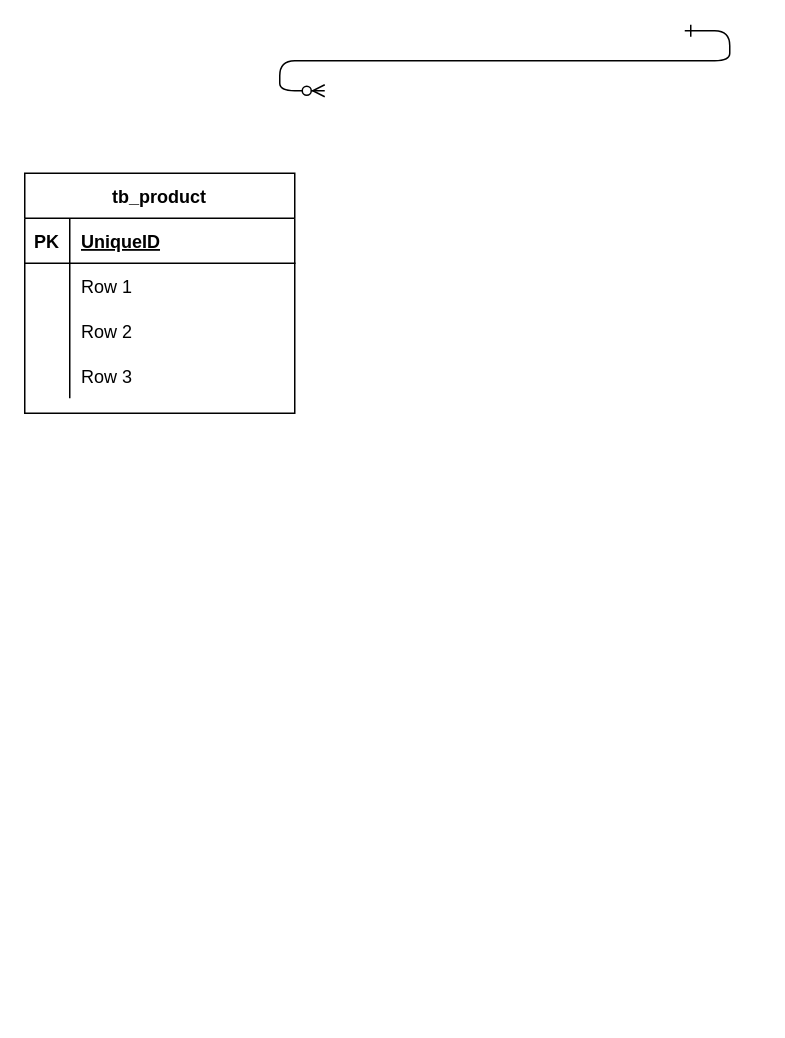
Before: Untitled Diagram.drawio in iotrobot/socket, a draw.io diagram. Source tidied: cells renumbered, new cells numbered last; positions are measured from the earlier drawing's top-left corner, leaving out a move shared by most shapes. Both pictures are drawn from the tidied source at 150%, with x=0, y=0 at pixel (24, 30).
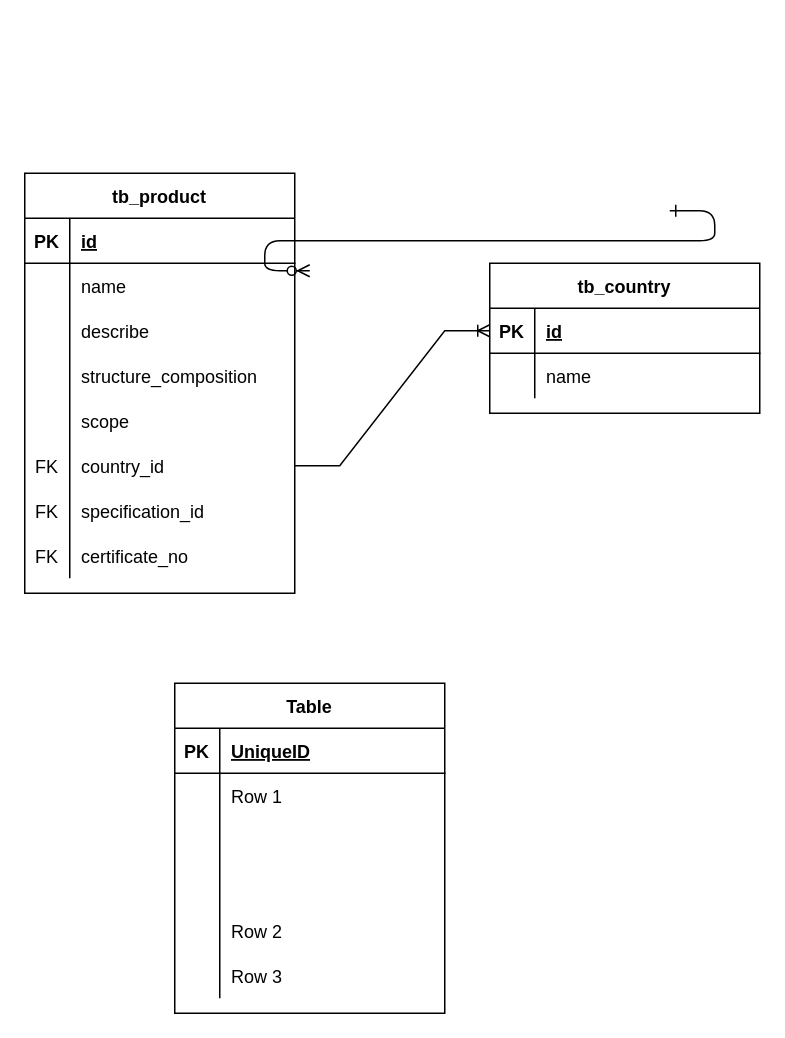
Above is the later version.

The change refers to these unchanged cells:
```xml
<mxCell id="4" style="shape=tableRow;horizontal=0;startSize=0;swimlaneHead=0;swimlaneBody=0;fillColor=none;top=0;left=0;right=0;bottom=1;" parent="3" vertex="1">
  <mxGeometry y="30" width="180" height="30" as="geometry" />
</mxCell>
<mxCell id="7" style="shape=tableRow;horizontal=0;startSize=0;swimlaneHead=0;swimlaneBody=0;fillColor=none;top=0;left=0;right=0;bottom=0;" parent="3" vertex="1">
  <mxGeometry y="60" width="180" height="30" as="geometry" />
</mxCell>
<mxCell id="10" style="shape=tableRow;horizontal=0;startSize=0;swimlaneHead=0;swimlaneBody=0;fillColor=none;top=0;left=0;right=0;bottom=0;" parent="3" vertex="1">
  <mxGeometry y="90" width="180" height="30" as="geometry" />
</mxCell>
<mxCell id="13" style="shape=tableRow;horizontal=0;startSize=0;swimlaneHead=0;swimlaneBody=0;fillColor=none;top=0;left=0;right=0;bottom=0;" parent="3" vertex="1">
  <mxGeometry y="120" width="180" height="30" as="geometry" />
</mxCell>
```

Change to the diagram source:
```diff
@@
     <mxCell id="2" style="edgeStyle=entityRelationEdgeStyle;endArrow=ERzeroToMany;startArrow=ERone;endFill=1;startFill=0;" parent="1" edge="1">
       <mxGeometry relative="1" as="geometry">
-        <mxPoint x="440" as="sourcePoint" />
-        <mxPoint x="200" y="40" as="targetPoint" />
+        <mxPoint x="430" y="120" as="sourcePoint" />
+        <mxPoint x="190" y="160" as="targetPoint" />
       </mxGeometry>
     </mxCell>
     <mxCell id="3" value="tb_product" style="shape=table;startSize=30;childLayout=tableLayout;rowLines=0;fontStyle=1;align=center;" parent="1" vertex="1">
-      <mxGeometry y="95" width="180" height="160" as="geometry" />
+      <mxGeometry y="95" width="180" height="280" as="geometry" />
     </mxCell>
@@
-    <mxCell id="6" value="UniqueID" style="shape=partialRectangle;fillColor=none;top=0;left=0;bottom=0;right=0;align=left;spacingLeft=6;fontStyle=5;overflow=hidden;" parent="4" vertex="1">
+    <mxCell id="6" value="id" style="shape=partialRectangle;fillColor=none;top=0;left=0;bottom=0;right=0;align=left;spacingLeft=6;fontStyle=5;overflow=hidden;" parent="4" vertex="1">
       <mxGeometry x="30" width="150" height="30" as="geometry" />
     </mxCell>
@@
-    <mxCell id="9" value="Row 1" style="shape=partialRectangle;fillColor=none;top=0;left=0;bottom=0;right=0;align=left;spacingLeft=6;overflow=hidden;" parent="7" vertex="1">
+    <mxCell id="9" value="name" style="shape=partialRectangle;fillColor=none;top=0;left=0;bottom=0;right=0;align=left;spacingLeft=6;overflow=hidden;" parent="7" vertex="1">
       <mxGeometry x="30" width="150" height="30" as="geometry" />
     </mxCell>
@@
-    <mxCell id="12" value="Row 2" style="shape=partialRectangle;fillColor=none;top=0;left=0;bottom=0;right=0;align=left;spacingLeft=6;overflow=hidden;" parent="10" vertex="1">
+    <mxCell id="12" value="describe" style="shape=partialRectangle;fillColor=none;top=0;left=0;bottom=0;right=0;align=left;spacingLeft=6;overflow=hidden;" parent="10" vertex="1">
       <mxGeometry x="30" width="150" height="30" as="geometry" />
     </mxCell>
@@
-    <mxCell id="15" value="Row 3" style="shape=partialRectangle;fillColor=none;top=0;left=0;bottom=0;right=0;align=left;spacingLeft=6;overflow=hidden;" parent="13" vertex="1">
+    <mxCell id="15" value="structure_composition" style="shape=partialRectangle;fillColor=none;top=0;left=0;bottom=0;right=0;align=left;spacingLeft=6;overflow=hidden;" parent="13" vertex="1">
       <mxGeometry x="30" width="150" height="30" as="geometry" />
     </mxCell>
+    <mxCell id="16" style="shape=tableRow;horizontal=0;startSize=0;swimlaneHead=0;swimlaneBody=0;fillColor=none;top=0;left=0;right=0;bottom=0;" parent="3" vertex="1">
+      <mxGeometry y="150" width="180" height="30" as="geometry" />
+    </mxCell>
+    <mxCell id="17" style="shape=partialRectangle;fillColor=none;top=0;left=0;bottom=0;right=0;overflow=hidden;" parent="16" vertex="1">
+      <mxGeometry width="30" height="30" as="geometry" />
+    </mxCell>
+    <mxCell id="18" value="scope" style="shape=partialRectangle;fillColor=none;top=0;left=0;bottom=0;right=0;align=left;spacingLeft=6;overflow=hidden;" parent="16" vertex="1">
+      <mxGeometry x="30" width="150" height="30" as="geometry" />
+    </mxCell>
+    <mxCell id="19" style="shape=tableRow;horizontal=0;startSize=0;swimlaneHead=0;swimlaneBody=0;fillColor=none;points=[[0,0.5],[1,0.5]];portConstraint=eastwest;top=0;left=0;right=0;bottom=0;" parent="3" vertex="1">
+      <mxGeometry y="180" width="180" height="30" as="geometry" />
+    </mxCell>
+    <mxCell id="20" value="FK" style="shape=partialRectangle;fillColor=none;top=0;left=0;bottom=0;right=0;fontStyle=0;overflow=hidden;" parent="19" vertex="1">
+      <mxGeometry width="30" height="30" as="geometry" />
+    </mxCell>
+    <mxCell id="21" value="country_id" style="shape=partialRectangle;fillColor=none;top=0;left=0;bottom=0;right=0;align=left;spacingLeft=6;fontStyle=0;overflow=hidden;" parent="19" vertex="1">
+      <mxGeometry x="30" width="150" height="30" as="geometry" />
+    </mxCell>
+    <mxCell id="22" style="shape=tableRow;horizontal=0;startSize=0;swimlaneHead=0;swimlaneBody=0;fillColor=none;top=0;left=0;right=0;bottom=0;" parent="3" vertex="1">
+      <mxGeometry y="210" width="180" height="30" as="geometry" />
+    </mxCell>
+    <mxCell id="23" value="FK" style="shape=partialRectangle;fillColor=none;top=0;left=0;bottom=0;right=0;fontStyle=0;overflow=hidden;" parent="22" vertex="1">
+      <mxGeometry width="30" height="30" as="geometry" />
+    </mxCell>
+    <mxCell id="24" value="specification_id" style="shape=partialRectangle;fillColor=none;top=0;left=0;bottom=0;right=0;align=left;spacingLeft=6;fontStyle=0;overflow=hidden;" parent="22" vertex="1">
+      <mxGeometry x="30" width="150" height="30" as="geometry" />
+    </mxCell>
+    <mxCell id="25" style="shape=tableRow;horizontal=0;startSize=0;swimlaneHead=0;swimlaneBody=0;fillColor=none;top=0;left=0;right=0;bottom=0;" parent="3" vertex="1">
+      <mxGeometry y="240" width="180" height="30" as="geometry" />
+    </mxCell>
+    <mxCell id="26" value="FK" style="shape=partialRectangle;fillColor=none;top=0;left=0;bottom=0;right=0;fontStyle=0;overflow=hidden;" parent="25" vertex="1">
+      <mxGeometry width="30" height="30" as="geometry" />
+    </mxCell>
+    <mxCell id="27" value="certificate_no" style="shape=partialRectangle;fillColor=none;top=0;left=0;bottom=0;right=0;align=left;spacingLeft=6;fontStyle=0;overflow=hidden;" parent="25" vertex="1">
+      <mxGeometry x="30" width="150" height="30" as="geometry" />
+    </mxCell>
+    <mxCell id="28" value="tb_country" style="shape=table;startSize=30;childLayout=tableLayout;rowLines=0;fontStyle=1;align=center;" parent="1" vertex="1">
+      <mxGeometry x="310" y="155" width="180" height="100" as="geometry" />
+    </mxCell>
+    <mxCell id="29" style="shape=tableRow;horizontal=0;startSize=0;swimlaneHead=0;swimlaneBody=0;fillColor=none;points=[[0,0.5],[1,0.5]];portConstraint=eastwest;top=0;left=0;right=0;bottom=1;" parent="28" vertex="1">
+      <mxGeometry y="30" width="180" height="30" as="geometry" />
+    </mxCell>
+    <mxCell id="30" value="PK" style="shape=partialRectangle;fillColor=none;top=0;left=0;bottom=0;right=0;fontStyle=1;overflow=hidden;" parent="29" vertex="1">
+      <mxGeometry width="30" height="30" as="geometry" />
+    </mxCell>
+    <mxCell id="31" value="id" style="shape=partialRectangle;fillColor=none;top=0;left=0;bottom=0;right=0;align=left;spacingLeft=6;fontStyle=5;overflow=hidden;" parent="29" vertex="1">
+      <mxGeometry x="30" width="150" height="30" as="geometry" />
+    </mxCell>
+    <mxCell id="32" style="shape=tableRow;horizontal=0;startSize=0;swimlaneHead=0;swimlaneBody=0;fillColor=none;top=0;left=0;right=0;bottom=0;" parent="28" vertex="1">
+      <mxGeometry y="60" width="180" height="30" as="geometry" />
+    </mxCell>
+    <mxCell id="33" style="shape=partialRectangle;fillColor=none;top=0;left=0;bottom=0;right=0;overflow=hidden;" parent="32" vertex="1">
+      <mxGeometry width="30" height="30" as="geometry" />
+    </mxCell>
+    <mxCell id="34" value="name" style="shape=partialRectangle;fillColor=none;top=0;left=0;bottom=0;right=0;align=left;spacingLeft=6;overflow=hidden;" parent="32" vertex="1">
+      <mxGeometry x="30" width="150" height="30" as="geometry" />
+    </mxCell>
+    <mxCell id="35" value="Table" style="shape=table;startSize=30;childLayout=tableLayout;rowLines=0;fontStyle=1;align=center;" parent="1" vertex="1">
+      <mxGeometry x="100" y="435" width="180" height="220" as="geometry" />
+    </mxCell>
+    <mxCell id="36" style="shape=tableRow;horizontal=0;startSize=0;swimlaneHead=0;swimlaneBody=0;fillColor=none;top=0;left=0;right=0;bottom=1;" parent="35" vertex="1">
+      <mxGeometry y="30" width="180" height="30" as="geometry" />
+    </mxCell>
+    <mxCell id="37" value="PK" style="shape=partialRectangle;fillColor=none;top=0;left=0;bottom=0;right=0;fontStyle=1;overflow=hidden;" parent="36" vertex="1">
+      <mxGeometry width="30" height="30" as="geometry" />
+    </mxCell>
+    <mxCell id="38" value="UniqueID" style="shape=partialRectangle;fillColor=none;top=0;left=0;bottom=0;right=0;align=left;spacingLeft=6;fontStyle=5;overflow=hidden;" parent="36" vertex="1">
+      <mxGeometry x="30" width="150" height="30" as="geometry" />
+    </mxCell>
+    <mxCell id="39" style="shape=tableRow;horizontal=0;startSize=0;swimlaneHead=0;swimlaneBody=0;fillColor=none;top=0;left=0;right=0;bottom=0;" parent="35" vertex="1">
+      <mxGeometry y="60" width="180" height="30" as="geometry" />
+    </mxCell>
+    <mxCell id="40" style="shape=partialRectangle;fillColor=none;top=0;left=0;bottom=0;right=0;overflow=hidden;" parent="39" vertex="1">
+      <mxGeometry width="30" height="30" as="geometry" />
+    </mxCell>
+    <mxCell id="41" value="Row 1" style="shape=partialRectangle;fillColor=none;top=0;left=0;bottom=0;right=0;align=left;spacingLeft=6;overflow=hidden;" parent="39" vertex="1">
+      <mxGeometry x="30" width="150" height="30" as="geometry" />
+    </mxCell>
+    <mxCell id="42" style="shape=tableRow;horizontal=0;startSize=0;swimlaneHead=0;swimlaneBody=0;fillColor=none;top=0;left=0;right=0;bottom=0;" parent="35" vertex="1">
+      <mxGeometry y="90" width="180" height="30" as="geometry" />
+    </mxCell>
+    <mxCell id="43" style="shape=partialRectangle;fillColor=none;top=0;left=0;bottom=0;right=0;overflow=hidden;" parent="42" vertex="1">
+      <mxGeometry width="30" height="30" as="geometry" />
+    </mxCell>
+    <mxCell id="44" style="shape=partialRectangle;fillColor=none;top=0;left=0;bottom=0;right=0;align=left;spacingLeft=6;overflow=hidden;" parent="42" vertex="1">
+      <mxGeometry x="30" width="150" height="30" as="geometry" />
+    </mxCell>
+    <mxCell id="45" style="shape=tableRow;horizontal=0;startSize=0;swimlaneHead=0;swimlaneBody=0;fillColor=none;top=0;left=0;right=0;bottom=0;" parent="35" vertex="1">
+      <mxGeometry y="120" width="180" height="30" as="geometry" />
+    </mxCell>
+    <mxCell id="46" style="shape=partialRectangle;fillColor=none;top=0;left=0;bottom=0;right=0;overflow=hidden;" parent="45" vertex="1">
+      <mxGeometry width="30" height="30" as="geometry" />
+    </mxCell>
+    <mxCell id="47" style="shape=partialRectangle;fillColor=none;top=0;left=0;bottom=0;right=0;align=left;spacingLeft=6;overflow=hidden;" parent="45" vertex="1">
+      <mxGeometry x="30" width="150" height="30" as="geometry" />
+    </mxCell>
+    <mxCell id="48" style="shape=tableRow;horizontal=0;startSize=0;swimlaneHead=0;swimlaneBody=0;fillColor=none;top=0;left=0;right=0;bottom=0;" parent="35" vertex="1">
+      <mxGeometry y="150" width="180" height="30" as="geometry" />
+    </mxCell>
+    <mxCell id="49" style="shape=partialRectangle;fillColor=none;top=0;left=0;bottom=0;right=0;overflow=hidden;" parent="48" vertex="1">
+      <mxGeometry width="30" height="30" as="geometry" />
+    </mxCell>
+    <mxCell id="50" value="Row 2" style="shape=partialRectangle;fillColor=none;top=0;left=0;bottom=0;right=0;align=left;spacingLeft=6;overflow=hidden;" parent="48" vertex="1">
+      <mxGeometry x="30" width="150" height="30" as="geometry" />
+    </mxCell>
+    <mxCell id="51" style="shape=tableRow;horizontal=0;startSize=0;swimlaneHead=0;swimlaneBody=0;fillColor=none;top=0;left=0;right=0;bottom=0;" parent="35" vertex="1">
+      <mxGeometry y="180" width="180" height="30" as="geometry" />
+    </mxCell>
+    <mxCell id="52" style="shape=partialRectangle;fillColor=none;top=0;left=0;bottom=0;right=0;overflow=hidden;" parent="51" vertex="1">
+      <mxGeometry width="30" height="30" as="geometry" />
+    </mxCell>
+    <mxCell id="53" value="Row 3" style="shape=partialRectangle;fillColor=none;top=0;left=0;bottom=0;right=0;align=left;spacingLeft=6;overflow=hidden;" parent="51" vertex="1">
+      <mxGeometry x="30" width="150" height="30" as="geometry" />
+    </mxCell>
+    <mxCell id="54" style="edgeStyle=entityRelationEdgeStyle;fontSize=12;html=1;endArrow=ERoneToMany;rounded=0;entryX=0;entryY=0.5;entryDx=0;entryDy=0;" parent="1" edge="1" source="19" target="29">
+      <mxGeometry relative="1" as="geometry" />
+    </mxCell>
```
